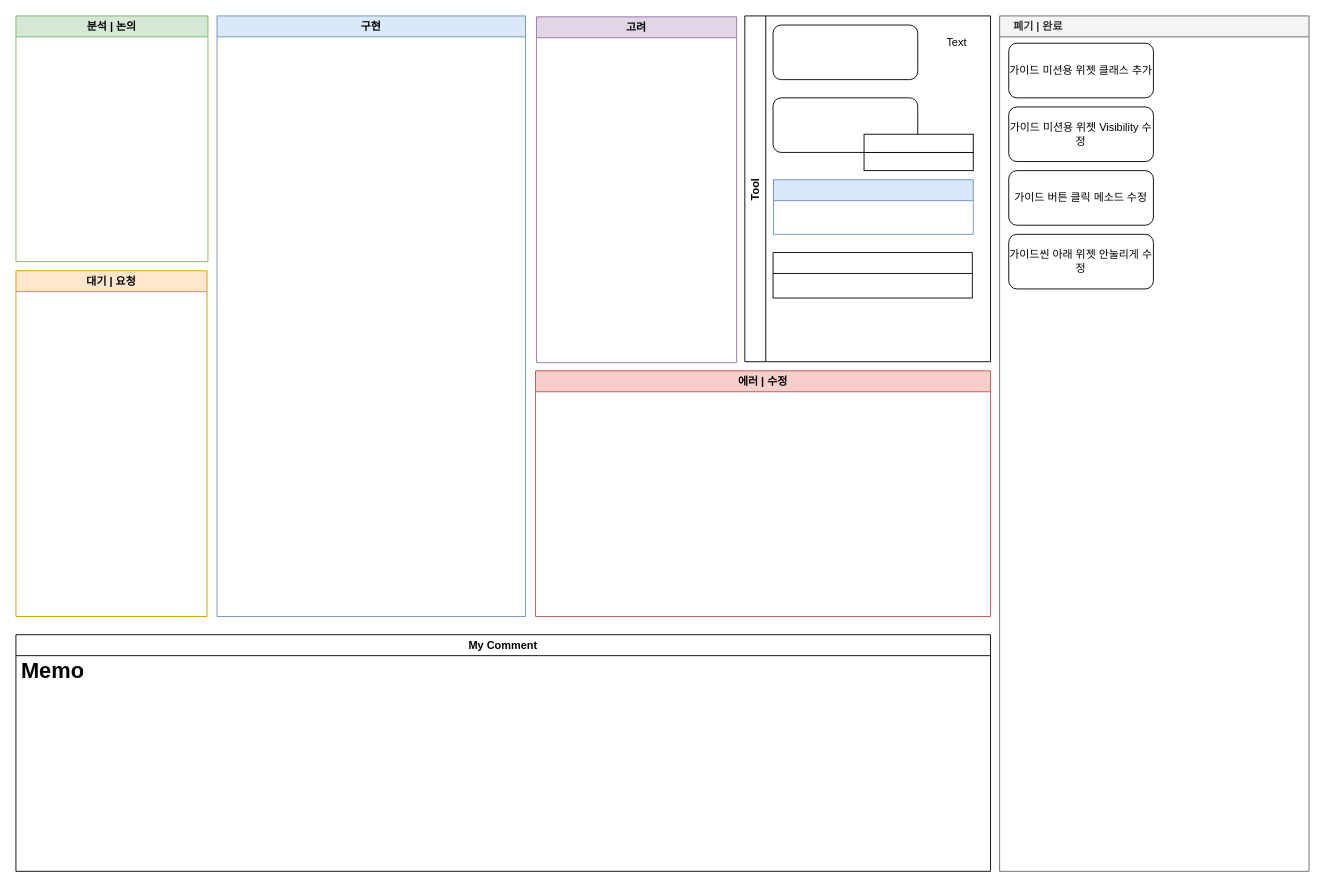
Endorr/Job-Board keeps this draw.io diagram as 가이드미션 진행상황.drawio. Above is the earlier version. Source tidied: cells renumbered, new cells numbered last; positions are measured from the earlier drawing's top-left corner, leaving out a move shared by most shapes. Both pictures are drawn from the tidied source at 91%, with x=0, y=0 at pixel (15, 15).
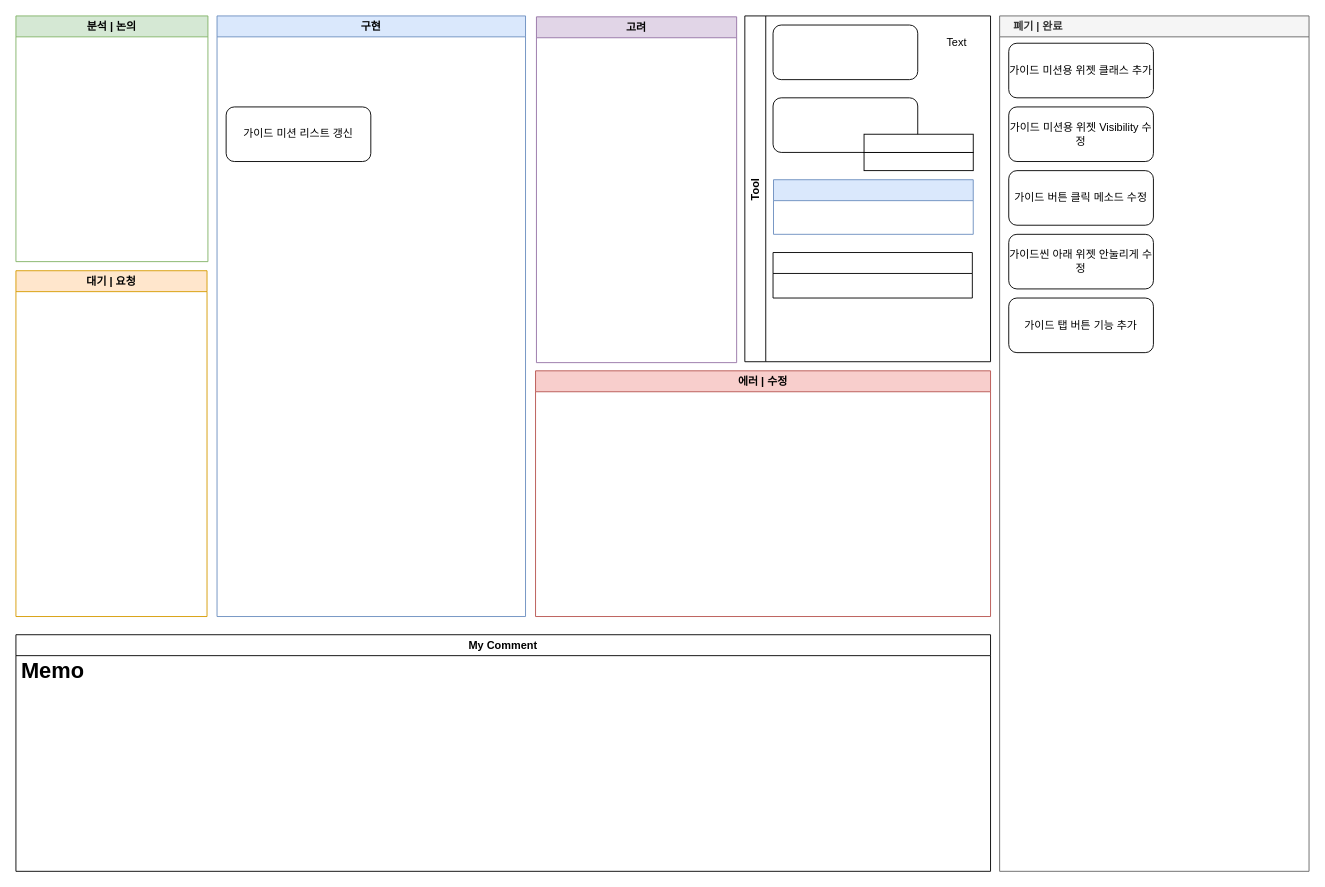
The same page after the edit.

Commit message:
Update 가이드미션 진행상황.drawio

Unchanged cells that the change refers to:
```xml
<mxCell id="2" value="구현" style="swimlane;fillColor=#dae8fc;strokeColor=#6c8ebf;" parent="1" vertex="1">
  <mxGeometry x="221" width="339" height="660" as="geometry" />
</mxCell>
<mxCell id="7" value="    폐기 | 완료" style="swimlane;strokeColor=#666666;fillColor=#f5f5f5;fontColor=#333333;align=left;" parent="1" vertex="1">
  <mxGeometry x="1081" width="340" height="940" as="geometry" />
</mxCell>
```

Change to the diagram source:
```diff
@@
+    <mxCell id="23" value="가이드 미션 리스트 갱신" style="rounded=1;whiteSpace=wrap;html=1;" parent="2" vertex="1">
+      <mxGeometry x="10" y="100" width="159" height="60" as="geometry" />
+    </mxCell>
@@
+    <mxCell id="24" value="가이드 탭 버튼 기능 추가" style="rounded=1;whiteSpace=wrap;html=1;" parent="7" vertex="1">
+      <mxGeometry x="10" y="310" width="159" height="60" as="geometry" />
+    </mxCell>
```
